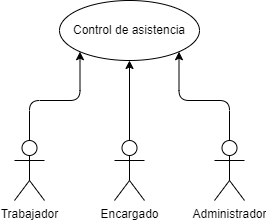
Before: diagramaGeneral/diagramaGeneral.png, a diagram exported from draw.io (ecardosa/LogiRAIL-project). Source tidied: cells renumbered, new cells last; positions are measured from the earlier drawing's top-left corner, leaving out a move shared by most shapes. Its diagram source:
```xml
<mxGraphModel>
  <root>
    <mxCell id="0" />
    <mxCell id="1" parent="0" />
    <mxCell id="2" value="Control de asistencia" style="ellipse;whiteSpace=wrap;html=1;" parent="1" vertex="1">
      <mxGeometry x="45" width="140" height="60" as="geometry" />
    </mxCell>
    <mxCell id="3" style="edgeStyle=orthogonalEdgeStyle;html=1;exitX=0.5;exitY=0;exitDx=0;exitDy=0;exitPerimeter=0;entryX=0;entryY=1;entryDx=0;entryDy=0;" parent="1" edge="1" source="4" target="2">
      <mxGeometry relative="1" as="geometry" />
    </mxCell>
    <mxCell id="4" value="Trabajador" style="shape=umlActor;verticalLabelPosition=bottom;verticalAlign=top;html=1;" parent="1" vertex="1">
      <mxGeometry y="140" width="30" height="60" as="geometry" />
    </mxCell>
    <mxCell id="5" style="edgeStyle=orthogonalEdgeStyle;html=1;exitX=0.5;exitY=0;exitDx=0;exitDy=0;exitPerimeter=0;entryX=0.5;entryY=1;entryDx=0;entryDy=0;" parent="1" edge="1" source="6" target="2">
      <mxGeometry relative="1" as="geometry" />
    </mxCell>
    <mxCell id="6" value="Encargado" style="shape=umlActor;verticalLabelPosition=bottom;verticalAlign=top;html=1;" parent="1" vertex="1">
      <mxGeometry x="100" y="140" width="30" height="60" as="geometry" />
    </mxCell>
    <mxCell id="7" style="edgeStyle=orthogonalEdgeStyle;html=1;exitX=0.5;exitY=0;exitDx=0;exitDy=0;exitPerimeter=0;entryX=1;entryY=1;entryDx=0;entryDy=0;" parent="1" edge="1" source="8" target="2">
      <mxGeometry relative="1" as="geometry" />
    </mxCell>
    <mxCell id="8" value="Administrador" style="shape=umlActor;verticalLabelPosition=bottom;verticalAlign=top;html=1;" parent="1" vertex="1">
      <mxGeometry x="200" y="140" width="30" height="60" as="geometry" />
    </mxCell>
  </root>
</mxGraphModel>
```
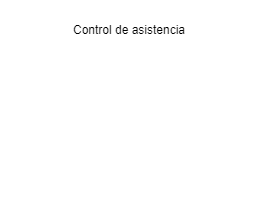
The same diagram one commit later.

Change to the diagram source:
```diff
@@ -2,25 +2,25 @@
   <root>
     <mxCell id="0" />
     <mxCell id="1" parent="0" />
-    <mxCell id="2" value="Control de asistencia" style="ellipse;whiteSpace=wrap;html=1;" parent="1" vertex="1">
+    <mxCell id="2" value="Control de asistencia" style="ellipse;whiteSpace=wrap;html=1;strokeColor=#FFFFFF;fillColor=#FFFFFF;fontColor=#000000;" parent="1" vertex="1">
       <mxGeometry x="45" width="140" height="60" as="geometry" />
     </mxCell>
-    <mxCell id="3" style="edgeStyle=orthogonalEdgeStyle;html=1;exitX=0.5;exitY=0;exitDx=0;exitDy=0;exitPerimeter=0;entryX=0;entryY=1;entryDx=0;entryDy=0;" parent="1" edge="1" source="4" target="2">
+    <mxCell id="3" style="edgeStyle=orthogonalEdgeStyle;html=1;exitX=0.5;exitY=0;exitDx=0;exitDy=0;exitPerimeter=0;entryX=0;entryY=1;entryDx=0;entryDy=0;strokeColor=#FFFFFF;" parent="1" edge="1" source="4" target="2">
       <mxGeometry relative="1" as="geometry" />
     </mxCell>
-    <mxCell id="4" value="Trabajador" style="shape=umlActor;verticalLabelPosition=bottom;verticalAlign=top;html=1;" parent="1" vertex="1">
+    <mxCell id="4" value="Trabajador" style="shape=umlActor;verticalLabelPosition=bottom;verticalAlign=top;html=1;fillColor=none;strokeColor=#FFFFFF;fontColor=#FFFFFF;" parent="1" vertex="1">
       <mxGeometry y="140" width="30" height="60" as="geometry" />
     </mxCell>
-    <mxCell id="5" style="edgeStyle=orthogonalEdgeStyle;html=1;exitX=0.5;exitY=0;exitDx=0;exitDy=0;exitPerimeter=0;entryX=0.5;entryY=1;entryDx=0;entryDy=0;" parent="1" edge="1" source="6" target="2">
+    <mxCell id="5" style="edgeStyle=orthogonalEdgeStyle;html=1;exitX=0.5;exitY=0;exitDx=0;exitDy=0;exitPerimeter=0;entryX=0.5;entryY=1;entryDx=0;entryDy=0;strokeColor=#FFFFFF;" parent="1" edge="1" source="6" target="2">
       <mxGeometry relative="1" as="geometry" />
     </mxCell>
-    <mxCell id="6" value="Encargado" style="shape=umlActor;verticalLabelPosition=bottom;verticalAlign=top;html=1;" parent="1" vertex="1">
+    <mxCell id="6" value="Encargado" style="shape=umlActor;verticalLabelPosition=bottom;verticalAlign=top;html=1;fillColor=none;strokeColor=#FFFFFF;fontColor=#FFFFFF;" parent="1" vertex="1">
       <mxGeometry x="100" y="140" width="30" height="60" as="geometry" />
     </mxCell>
-    <mxCell id="7" style="edgeStyle=orthogonalEdgeStyle;html=1;exitX=0.5;exitY=0;exitDx=0;exitDy=0;exitPerimeter=0;entryX=1;entryY=1;entryDx=0;entryDy=0;" parent="1" edge="1" source="8" target="2">
+    <mxCell id="7" style="edgeStyle=orthogonalEdgeStyle;html=1;exitX=0.5;exitY=0;exitDx=0;exitDy=0;exitPerimeter=0;entryX=1;entryY=1;entryDx=0;entryDy=0;strokeColor=#FFFFFF;" parent="1" edge="1" source="8" target="2">
       <mxGeometry relative="1" as="geometry" />
     </mxCell>
-    <mxCell id="8" value="Administrador" style="shape=umlActor;verticalLabelPosition=bottom;verticalAlign=top;html=1;" parent="1" vertex="1">
+    <mxCell id="8" value="Administrador" style="shape=umlActor;verticalLabelPosition=bottom;verticalAlign=top;html=1;fillColor=none;strokeColor=#FFFFFF;fontColor=#FFFFFF;" parent="1" vertex="1">
       <mxGeometry x="200" y="140" width="30" height="60" as="geometry" />
     </mxCell>
   </root>
```
